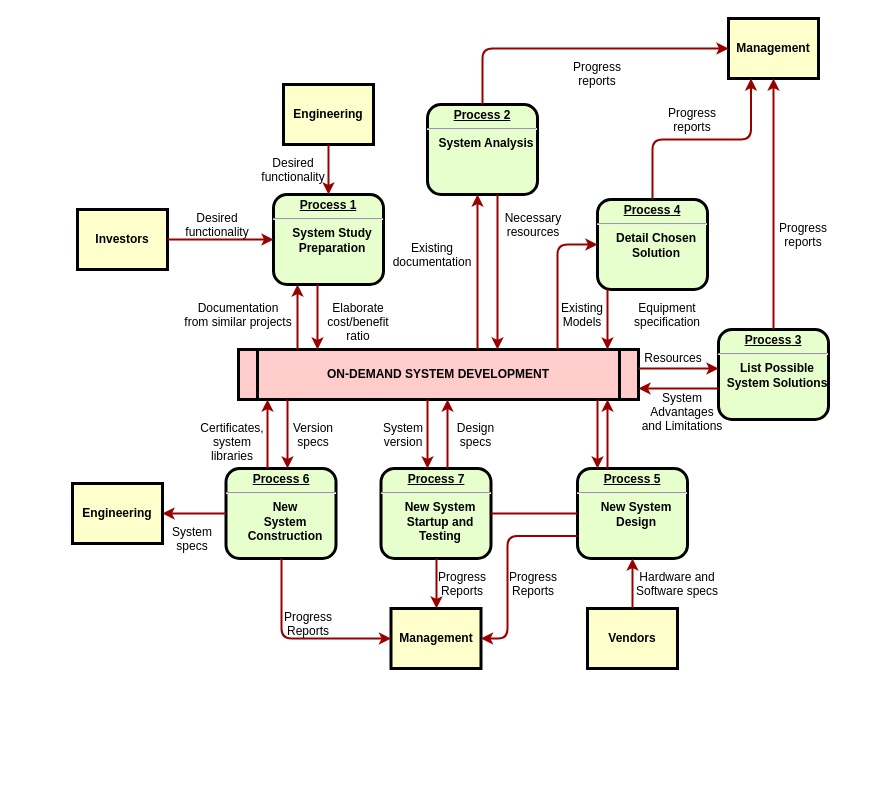
Before: reader/Untitled Diagram.drawio in Y-lenny/Activiti, a draw.io diagram. Source tidied: cells renumbered, new cells numbered last; positions are measured from the earlier drawing's top-left corner, leaving out a move shared by most shapes. Both pictures are drawn from the tidied source at 100%, with x=0, y=0 at pixel (72, 18).
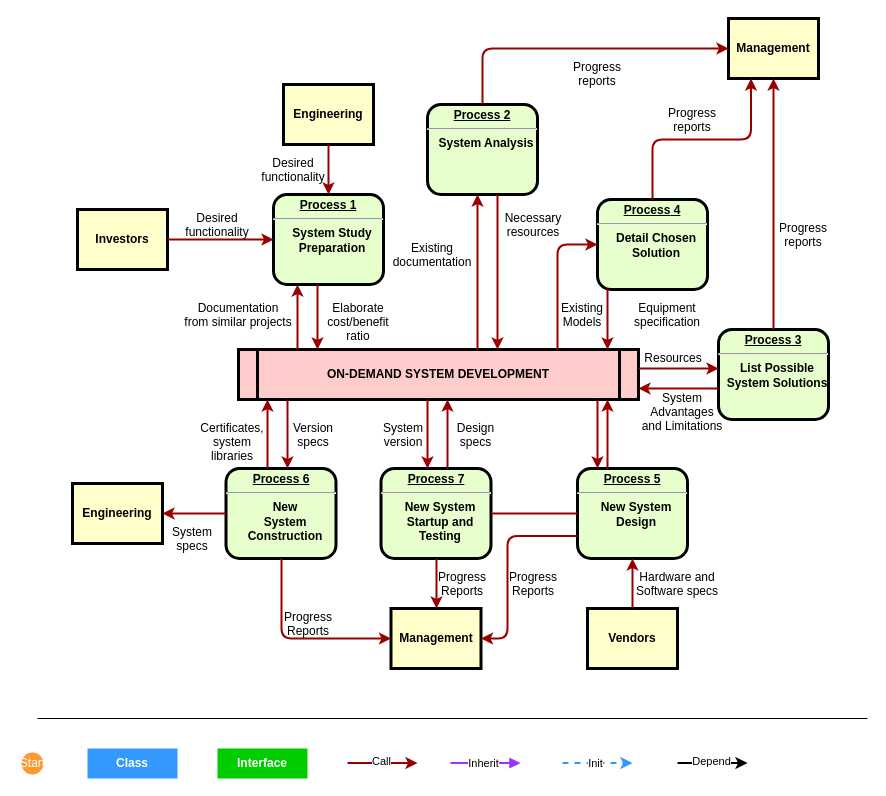
The same diagram, later.

Change to the diagram source:
```diff
@@
+    <mxCell id="63" style="endArrow=none;html=1;" parent="1" edge="1">
+      <mxGeometry relative="1" as="geometry">
+        <mxPoint x="-35" y="700" as="sourcePoint" />
+        <mxPoint x="795" y="700" as="targetPoint" />
+      </mxGeometry>
+    </mxCell>
+    <mxCell id="64" value="Class" style="whiteSpace=wrap;align=center;verticalAlign=middle;fontStyle=1;strokeWidth=3;fillColor=#3399FF;strokeColor=none;fontColor=#FFFFFF;" parent="1" vertex="1">
+      <mxGeometry x="15" y="730" width="90" height="30" as="geometry" />
+    </mxCell>
+    <mxCell id="65" value="Interface" style="whiteSpace=wrap;align=center;verticalAlign=middle;fontStyle=1;strokeWidth=3;fontColor=#ffffff;fillColor=#00CC00;strokeColor=none;" parent="1" vertex="1">
+      <mxGeometry x="145" y="730" width="90" height="30" as="geometry" />
+    </mxCell>
+    <mxCell id="66" style="edgeStyle=elbowEdgeStyle;elbow=vertical;strokeColor=#990000;strokeWidth=2;" parent="1" edge="1">
+      <mxGeometry relative="1" as="geometry">
+        <mxPoint x="275" y="744.5" as="sourcePoint" />
+        <mxPoint x="345" y="744.5" as="targetPoint" />
+        <Array as="points">
+          <mxPoint x="295" y="744.5" />
+        </Array>
+      </mxGeometry>
+    </mxCell>
+    <mxCell id="67" value="Call" style="edgeLabel;html=1;align=center;verticalAlign=middle;" parent="66" vertex="1">
+      <mxGeometry x="-0.06" y="3" relative="1" as="geometry">
+        <mxPoint y="1" as="offset" />
+      </mxGeometry>
+    </mxCell>
+    <mxCell id="68" style="edgeStyle=elbowEdgeStyle;elbow=vertical;strokeWidth=2;strokeColor=#9933FF;endArrow=block;endFill=1;" parent="1" edge="1">
+      <mxGeometry relative="1" as="geometry">
+        <mxPoint x="378" y="744.5" as="sourcePoint" />
+        <mxPoint x="448" y="744.5" as="targetPoint" />
+        <Array as="points">
+          <mxPoint x="398" y="744.5" />
+        </Array>
+      </mxGeometry>
+    </mxCell>
+    <mxCell id="69" value="Inherit" style="edgeLabel;html=1;align=center;verticalAlign=middle;" parent="68" vertex="1">
+      <mxGeometry x="-0.1" y="1" relative="1" as="geometry">
+        <mxPoint y="1" as="offset" />
+      </mxGeometry>
+    </mxCell>
+    <mxCell id="70" style="edgeStyle=elbowEdgeStyle;elbow=vertical;strokeWidth=2;endArrow=classic;endFill=1;dashed=1;strokeColor=#3399FF;" parent="1" edge="1">
+      <mxGeometry relative="1" as="geometry">
+        <mxPoint x="490" y="744.5" as="sourcePoint" />
+        <mxPoint x="560" y="744.5" as="targetPoint" />
+        <Array as="points">
+          <mxPoint x="510" y="744.5" />
+        </Array>
+      </mxGeometry>
+    </mxCell>
+    <mxCell id="71" value="Init" style="edgeLabel;html=1;align=center;verticalAlign=middle;" parent="70" vertex="1">
+      <mxGeometry x="-0.1" y="1" relative="1" as="geometry">
+        <mxPoint y="1" as="offset" />
+      </mxGeometry>
+    </mxCell>
+    <mxCell id="72" style="edgeStyle=elbowEdgeStyle;elbow=vertical;strokeWidth=2;" parent="1" edge="1">
+      <mxGeometry relative="1" as="geometry">
+        <mxPoint x="605" y="744.5" as="sourcePoint" />
+        <mxPoint x="675" y="744.5" as="targetPoint" />
+        <Array as="points">
+          <mxPoint x="625" y="744.5" />
+        </Array>
+      </mxGeometry>
+    </mxCell>
+    <mxCell id="73" value="Depend" style="edgeLabel;html=1;align=center;verticalAlign=middle;" parent="72" vertex="1">
+      <mxGeometry x="-0.06" y="3" relative="1" as="geometry">
+        <mxPoint y="1" as="offset" />
+      </mxGeometry>
+    </mxCell>
+    <mxCell id="74" value="Start" style="ellipse;html=1;shape=startState;strokeColor=none;fillColor=#FF9933;fontColor=#FFFFFF;" parent="1" vertex="1">
+      <mxGeometry x="-55" y="730" width="30" height="30" as="geometry" />
+    </mxCell>
```
